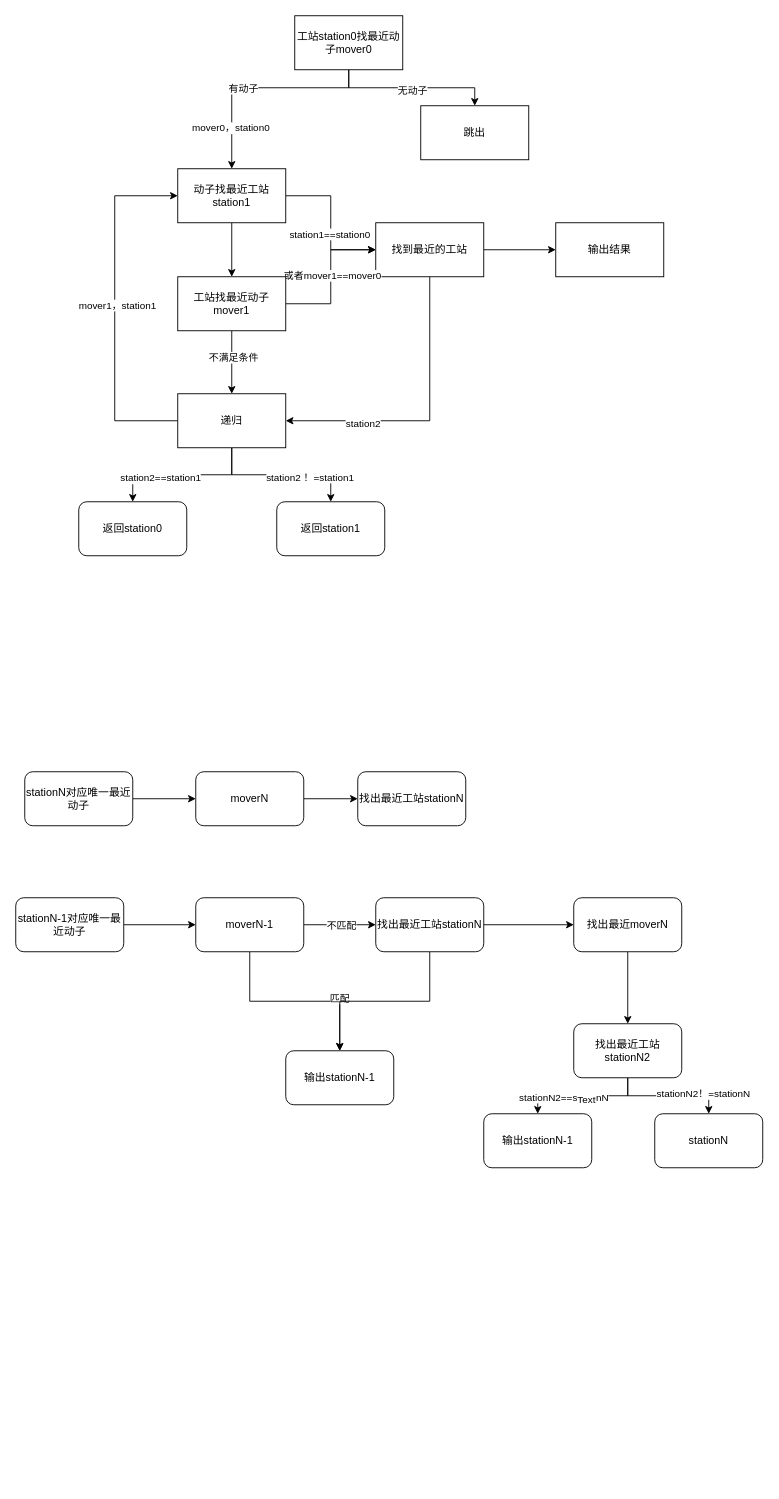
Earlier version of the draw.io diagram 工位回零排序.drawio (zwb1249798785/IMAGEDRAW). Source tidied: cells renumbered, new cells numbered last; positions are measured from the earlier drawing's top-left corner, leaving out a move shared by most shapes. Both pictures are drawn from the tidied source at 90%, with x=0, y=0 at pixel (15, 15).
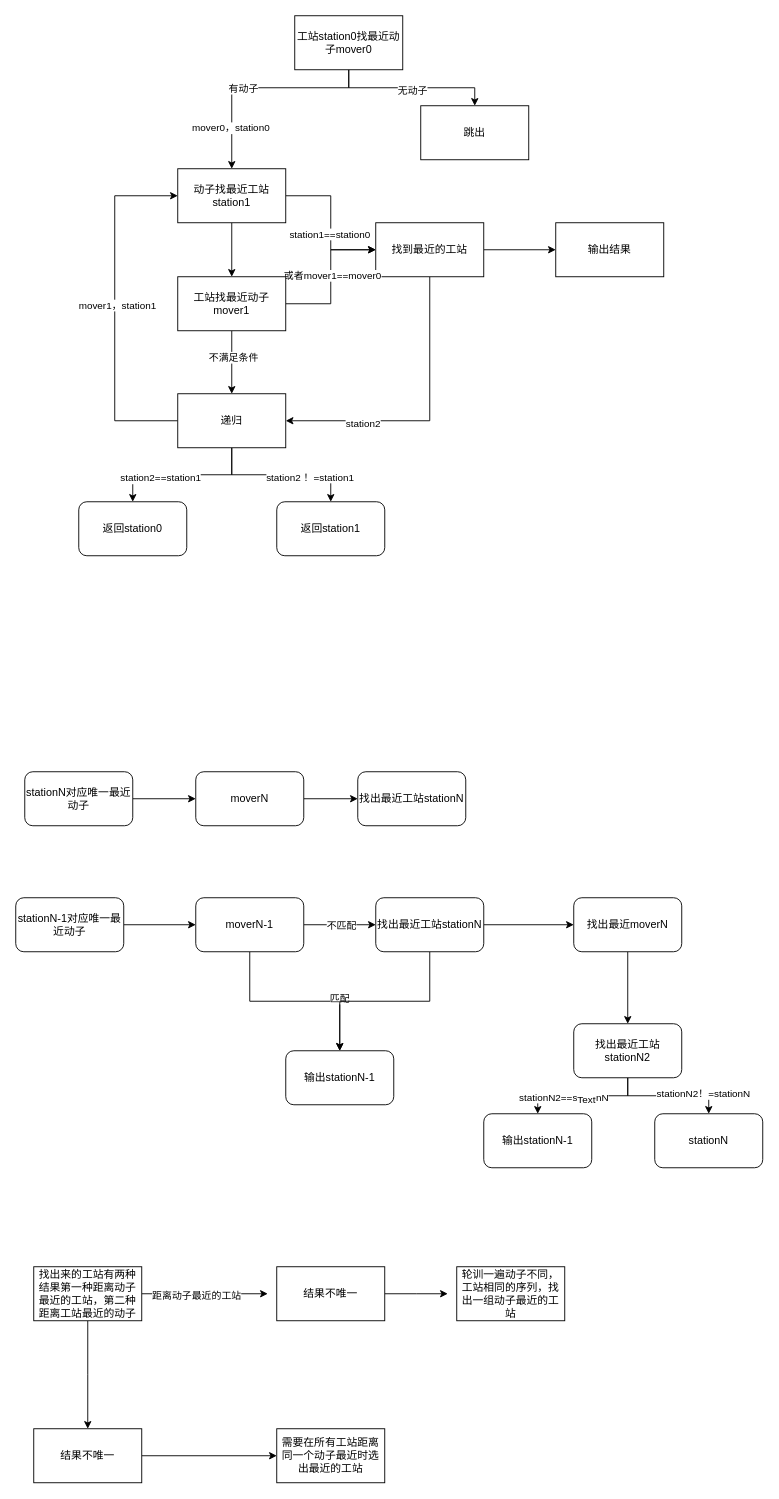
After the change.

Commit message (it also covers changes not shown here):
更新工位回零排序.drawio

What changed in the source:
```diff
@@
+    <mxCell id="58" style="edgeStyle=orthogonalEdgeStyle;rounded=0;jettySize=auto;html=1;" parent="1" edge="1" source="61">
+      <mxGeometry relative="1" as="geometry">
+        <mxPoint x="280" y="1420" as="targetPoint" />
+      </mxGeometry>
+    </mxCell>
+    <mxCell id="59" value="距离动子最近的工站" style="edgeLabel;html=1;align=center;verticalAlign=middle;" parent="58" vertex="1">
+      <mxGeometry x="-0.14" y="-1" relative="1" as="geometry" />
+    </mxCell>
+    <mxCell id="60" style="edgeStyle=orthogonalEdgeStyle;rounded=0;jettySize=auto;html=1;" parent="1" edge="1" source="61">
+      <mxGeometry relative="1" as="geometry">
+        <mxPoint x="80" y="1570" as="targetPoint" />
+      </mxGeometry>
+    </mxCell>
+    <mxCell id="61" value="找出来的工站有两种结果第一种距离动子最近的工站，第二种距离工站最近的动子" style="whiteSpace=wrap;html=1;rounded=0;" parent="1" vertex="1">
+      <mxGeometry x="20" y="1390" width="120" height="60" as="geometry" />
+    </mxCell>
+    <mxCell id="62" style="edgeStyle=orthogonalEdgeStyle;rounded=0;jettySize=auto;html=1;" parent="1" edge="1" source="63">
+      <mxGeometry relative="1" as="geometry">
+        <mxPoint x="480" y="1420" as="targetPoint" />
+      </mxGeometry>
+    </mxCell>
+    <mxCell id="63" value="结果不唯一" style="rounded=0;whiteSpace=wrap;html=1;" parent="1" vertex="1">
+      <mxGeometry x="290" y="1390" width="120" height="60" as="geometry" />
+    </mxCell>
+    <mxCell id="64" style="edgeStyle=orthogonalEdgeStyle;rounded=0;jettySize=auto;html=1;entryX=0;entryY=0.5;entryDx=0;entryDy=0;" parent="1" edge="1" source="65" target="66">
+      <mxGeometry relative="1" as="geometry" />
+    </mxCell>
+    <mxCell id="65" value="结果不唯一" style="rounded=0;whiteSpace=wrap;html=1;" parent="1" vertex="1">
+      <mxGeometry x="20" y="1570" width="120" height="60" as="geometry" />
+    </mxCell>
+    <mxCell id="66" value="需要在所有工站距离同一个动子最近时选出最近的工站" style="rounded=0;whiteSpace=wrap;html=1;" parent="1" vertex="1">
+      <mxGeometry x="290" y="1570" width="120" height="60" as="geometry" />
+    </mxCell>
+    <mxCell id="67" value="轮训一遍动子不同，工站相同的序列，找出一组动子最近的工站" style="rounded=0;whiteSpace=wrap;html=1;" parent="1" vertex="1">
+      <mxGeometry x="490" y="1390" width="120" height="60" as="geometry" />
+    </mxCell>
```
